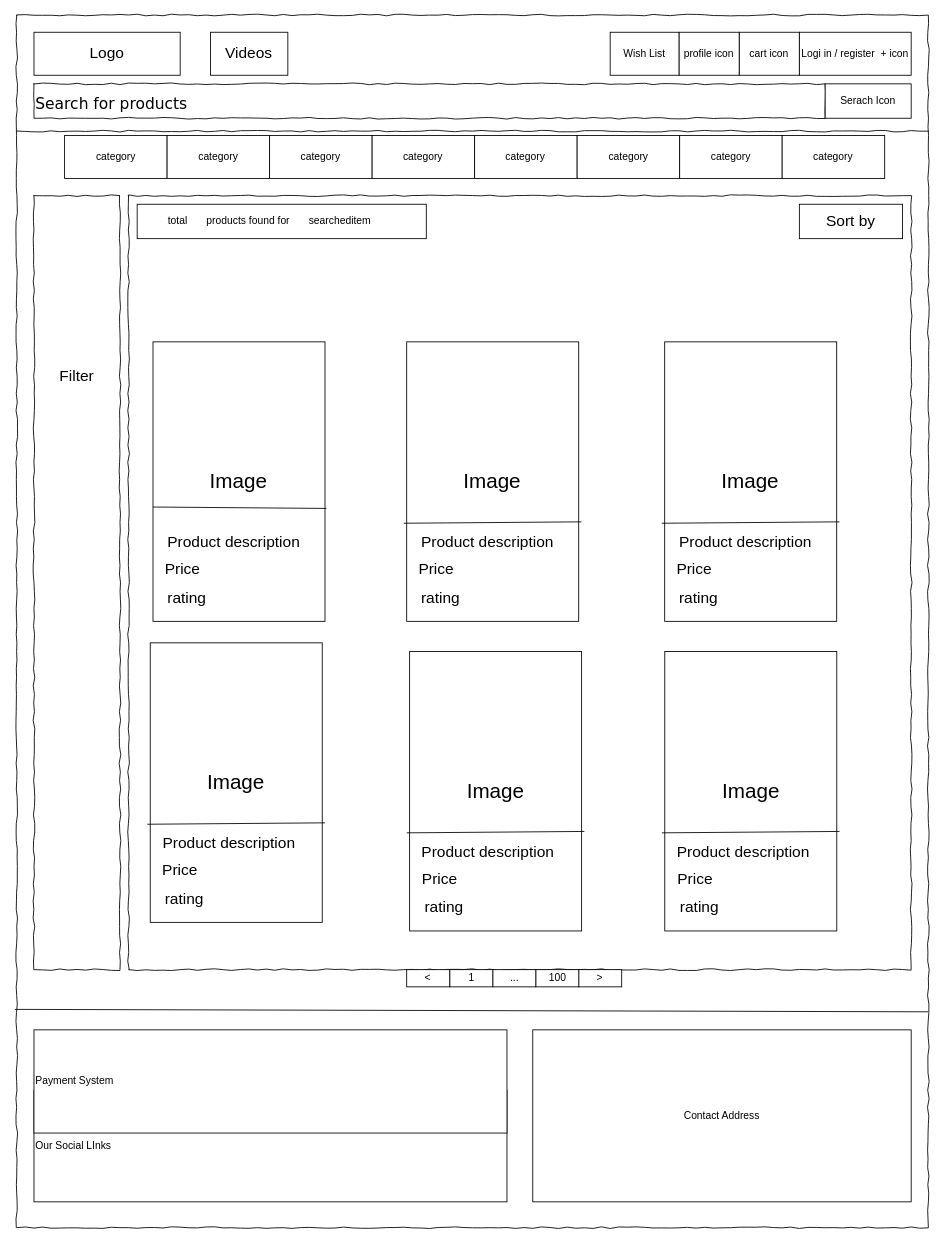
Earlier version of the draw.io diagram StoryBoards/SearchResult.drawio (ARTushar/onlineshop-frontend). Source tidied: cells renumbered, new cells numbered last; positions are measured from the earlier drawing's top-left corner, leaving out a move shared by most shapes. Both pictures are drawn from the tidied source at 86%, with x=0, y=0 at pixel (16, 15).
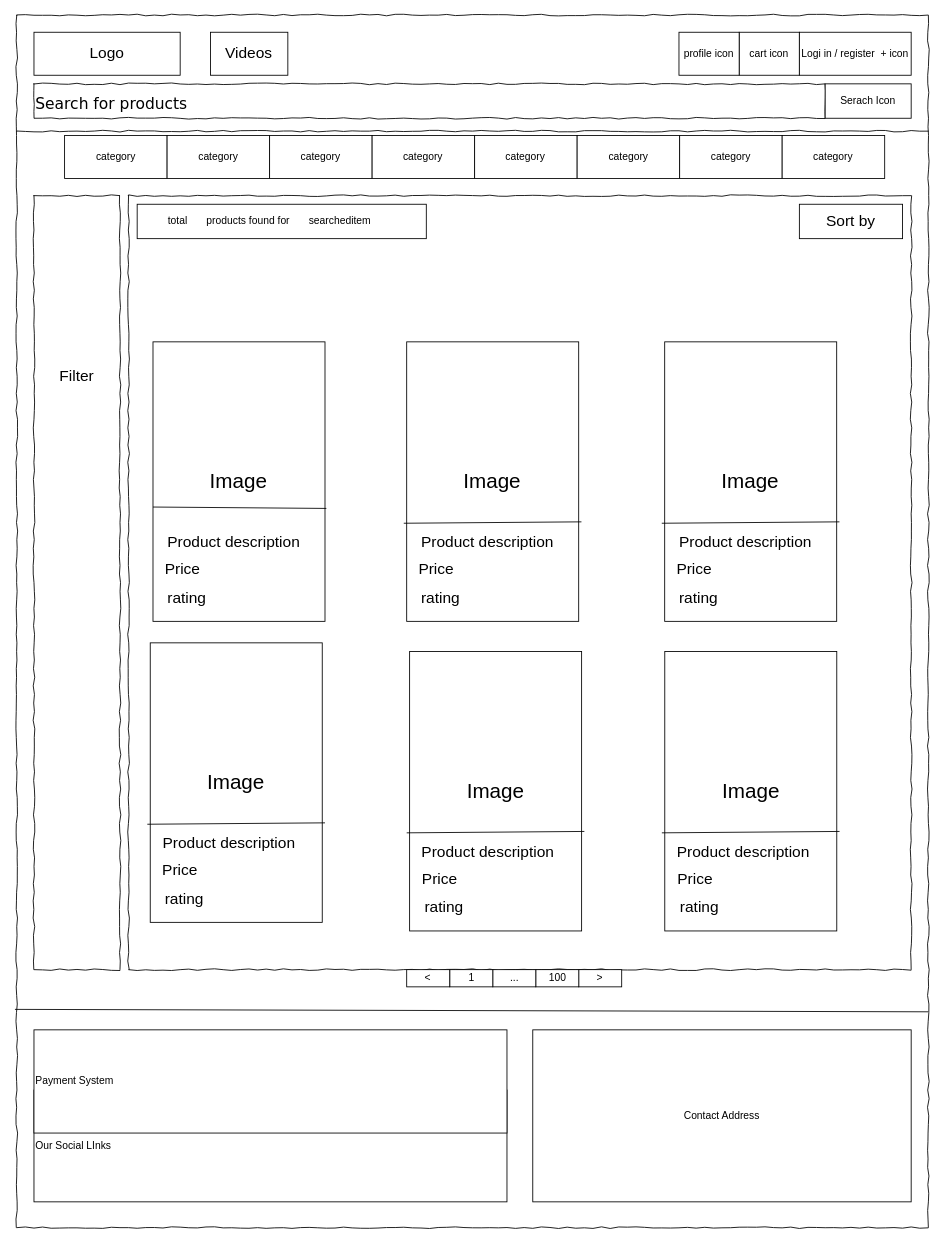
The same page after the edit.

What changed in the source:
```diff
@@
-    <mxCell id="14" value="Wish List" style="rounded=0;whiteSpace=wrap;html=1;" parent="1" vertex="1">
-      <mxGeometry x="690" y="20" width="80" height="50" as="geometry" />
-    </mxCell>
```
